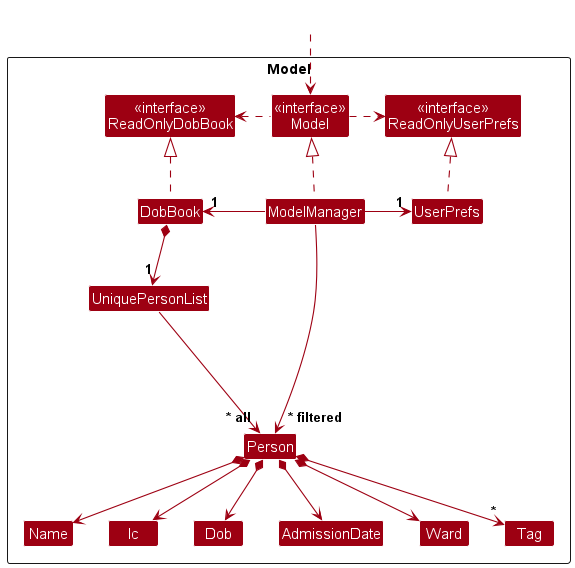
nus-cs2103-AY2324S2/tp keeps this PlantUML diagram as docs/images/ModelClassDiagram.png. Above is the earlier version.
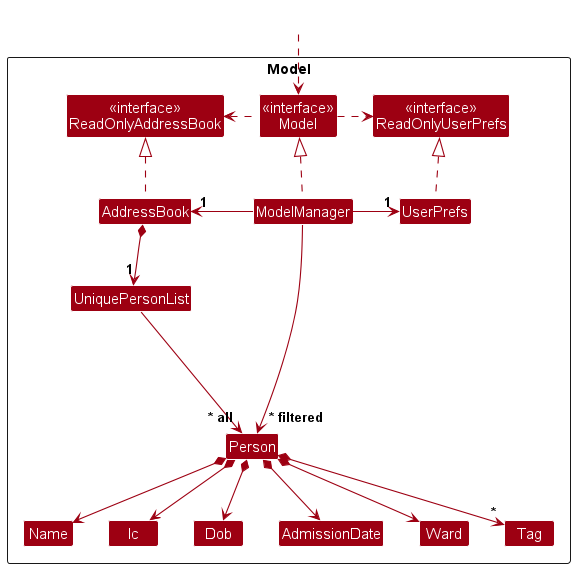
The same diagram one commit later.

What changed in the source:
```diff
@@ -5,10 +5,10 @@
 skinparam classBackgroundColor MODEL_COLOR
 
 Package Model as ModelPackage <<Rectangle>>{
-Class "<<interface>>\nReadOnlyDobBook" as ReadOnlyDobBook
+Class "<<interface>>\nReadOnlyAddressBook" as ReadOnlyAddressBook
 Class "<<interface>>\nReadOnlyUserPrefs" as ReadOnlyUserPrefs
 Class "<<interface>>\nModel" as Model
-Class DobBook
+Class AddressBook
 Class ModelManager
 Class UserPrefs
 
@@ -27,16 +27,16 @@
 Class HiddenOutside #FFFFFF
 HiddenOutside ..> Model
 
-DobBook .up.|> ReadOnlyDobBook
+AddressBook .up.|> ReadOnlyAddressBook
 
 ModelManager .up.|> Model
 Model .right.> ReadOnlyUserPrefs
-Model .left.> ReadOnlyDobBook
-ModelManager -left-> "1" DobBook
+Model .left.> ReadOnlyAddressBook
+ModelManager -left-> "1" AddressBook
 ModelManager -right-> "1" UserPrefs
 UserPrefs .up.|> ReadOnlyUserPrefs
 
-DobBook *--> "1" UniquePersonList
+AddressBook *--> "1" UniquePersonList
 UniquePersonList --> "~* all" Person
 Person *--> Name
 Person *--> Ic
```
